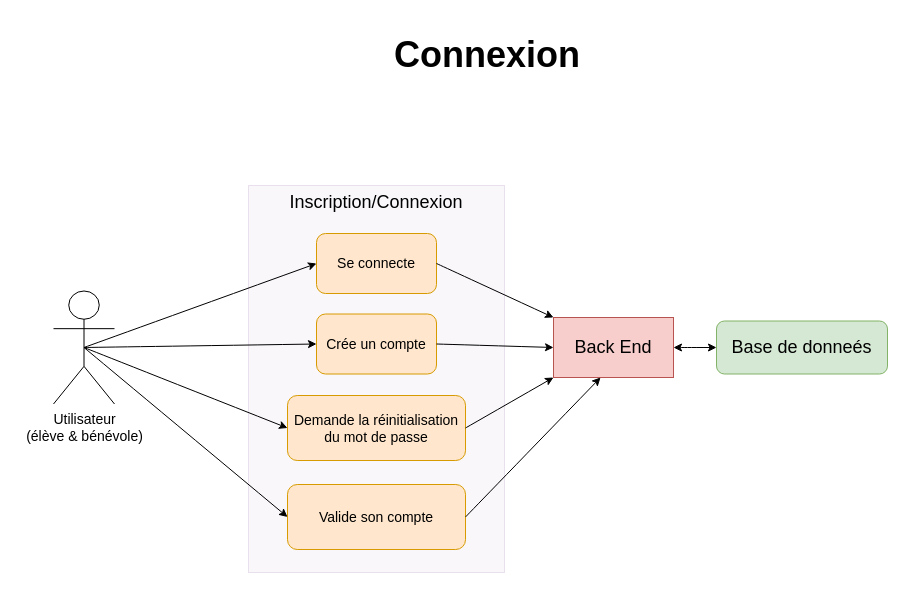
Above: Untitled Diagram.drawio in melacod/MelanieKlein_10_22122021 (draw.io), before the change. Source tidied: cells renumbered, new cells numbered last; positions are measured from the earlier drawing's top-left corner, leaving out a move shared by most shapes. Both pictures are drawn from the tidied source at 100%, with x=0, y=0 at pixel (53, 39).
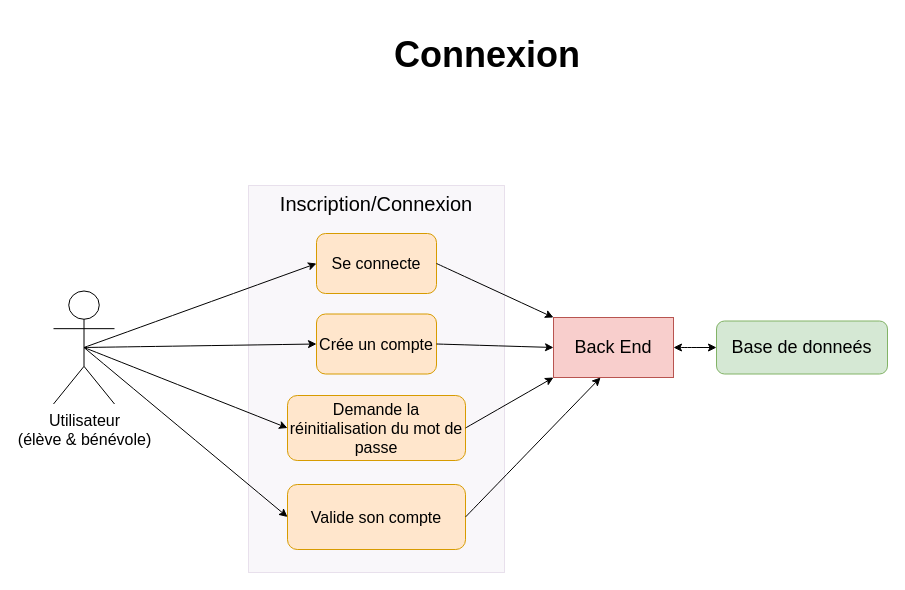
Above is the later version.

The edit, as a diff of the source:
```diff
@@
 <mxGraphModel>
   <root>
     <mxCell id="0" />
     <mxCell id="1" parent="0" />
-    <mxCell id="2" value="&lt;span&gt;Inscription/Connexion&lt;/span&gt;" style="rounded=0;whiteSpace=wrap;html=1;fontSize=18;strokeWidth=1;fillColor=#e1d5e7;strokeColor=#9673a6;opacity=20;verticalAlign=top;" parent="1" vertex="1">
+    <mxCell id="2" value="&lt;span&gt;&lt;font style=&quot;font-size: 20px&quot;&gt;Inscription/Connexion&lt;/font&gt;&lt;/span&gt;" style="rounded=0;whiteSpace=wrap;html=1;fontSize=18;strokeWidth=1;fillColor=#e1d5e7;strokeColor=#9673a6;opacity=20;verticalAlign=top;" parent="1" vertex="1">
       <mxGeometry x="195" y="146" width="256" height="387" as="geometry" />
     </mxCell>
     <mxCell id="3" value="&lt;h1&gt;&lt;font style=&quot;font-size: 36px&quot;&gt;Connexion&lt;/font&gt;&lt;/h1&gt;" style="text;html=1;strokeColor=none;fillColor=none;align=center;verticalAlign=middle;whiteSpace=wrap;rounded=0;" parent="1" vertex="1">
       <mxGeometry x="380" width="108" height="30" as="geometry" />
     </mxCell>
-    <mxCell id="4" value="Utilisateur&lt;br&gt;(élève &amp;amp; bénévole)" style="shape=umlActor;verticalLabelPosition=bottom;verticalAlign=top;html=1;outlineConnect=0;fontSize=14;" parent="1" vertex="1">
+    <mxCell id="4" value="&lt;font style=&quot;font-size: 16px&quot;&gt;Utilisateur&lt;br&gt;(élève &amp;amp; bénévole)&lt;/font&gt;" style="shape=umlActor;verticalLabelPosition=bottom;verticalAlign=top;html=1;outlineConnect=0;fontSize=14;" parent="1" vertex="1">
       <mxGeometry y="251.5" width="61" height="113" as="geometry" />
     </mxCell>
-    <mxCell id="5" value="Se connecte" style="rounded=1;whiteSpace=wrap;html=1;fontSize=14;fillColor=#ffe6cc;strokeColor=#d79b00;" parent="1" vertex="1">
+    <mxCell id="5" value="&lt;font style=&quot;font-size: 16px&quot;&gt;Se connecte&lt;/font&gt;" style="rounded=1;whiteSpace=wrap;html=1;fontSize=14;fillColor=#ffe6cc;strokeColor=#d79b00;" parent="1" vertex="1">
       <mxGeometry x="263" y="194" width="120" height="60" as="geometry" />
     </mxCell>
-    <mxCell id="6" value="&lt;span style=&quot;font-size: 14px;&quot;&gt;Crée un compte&lt;/span&gt;" style="rounded=1;whiteSpace=wrap;html=1;fontSize=14;fillColor=#ffe6cc;strokeColor=#d79b00;" parent="1" vertex="1">
+    <mxCell id="6" value="&lt;font style=&quot;font-size: 16px&quot;&gt;Crée un compte&lt;/font&gt;" style="rounded=1;whiteSpace=wrap;html=1;fontSize=14;fillColor=#ffe6cc;strokeColor=#d79b00;" parent="1" vertex="1">
       <mxGeometry x="263" y="274.5" width="120" height="60" as="geometry" />
     </mxCell>
     <mxCell id="7" style="endArrow=classic;html=1;rounded=0;fontSize=18;curved=1;entryX=0;entryY=0.5;entryDx=0;entryDy=0;exitX=0.5;exitY=0.5;exitDx=0;exitDy=0;exitPerimeter=0;" parent="1" edge="1" source="4" target="5">
       <mxGeometry relative="1" as="geometry" />
     </mxCell>
     <mxCell id="8" style="endArrow=classic;html=1;rounded=0;fontSize=18;entryX=0;entryY=0.5;entryDx=0;entryDy=0;curved=1;exitX=0.5;exitY=0.5;exitDx=0;exitDy=0;exitPerimeter=0;" parent="1" edge="1" source="4" target="6">
       <mxGeometry relative="1" as="geometry" />
     </mxCell>
-    <mxCell id="9" value="&lt;span style=&quot;font-size: 14px;&quot;&gt;Demande la réinitialisation du mot de passe&lt;/span&gt;" style="rounded=1;whiteSpace=wrap;html=1;fontSize=14;fillColor=#ffe6cc;strokeColor=#d79b00;" parent="1" vertex="1">
+    <mxCell id="9" value="&lt;font style=&quot;font-size: 16px&quot;&gt;Demande la réinitialisation du mot de passe&lt;/font&gt;" style="rounded=1;whiteSpace=wrap;html=1;fontSize=14;fillColor=#ffe6cc;strokeColor=#d79b00;" parent="1" vertex="1">
       <mxGeometry x="234" y="356" width="178" height="65" as="geometry" />
     </mxCell>
     <mxCell id="10" style="endArrow=classic;html=1;rounded=0;fontSize=18;curved=1;entryX=0;entryY=0.5;entryDx=0;entryDy=0;exitX=0.5;exitY=0.5;exitDx=0;exitDy=0;exitPerimeter=0;" parent="1" edge="1" source="4" target="9">
       <mxGeometry relative="1" as="geometry" />
     </mxCell>
     <mxCell id="11" value="&lt;font style=&quot;font-size: 18px&quot;&gt;Back End&lt;/font&gt;" style="rounded=0;whiteSpace=wrap;html=1;fontSize=10;fillColor=#f8cecc;strokeColor=#b85450;" parent="1" vertex="1">
       <mxGeometry x="500" y="278" width="120" height="60" as="geometry" />
     </mxCell>
     <mxCell id="12" value="&lt;span&gt;Base de donneés&lt;/span&gt;" style="rounded=1;whiteSpace=wrap;html=1;fontSize=18;fillColor=#d5e8d4;strokeColor=#82b366;strokeWidth=1;" parent="1" vertex="1">
       <mxGeometry x="663" y="281.5" width="171" height="53" as="geometry" />
     </mxCell>
     <mxCell id="13" style="endArrow=classic;startArrow=classic;html=1;rounded=0;fontSize=18;entryX=0;entryY=0.5;entryDx=0;entryDy=0;exitX=1;exitY=0.5;exitDx=0;exitDy=0;curved=1;" parent="1" edge="1" source="11" target="12">
       <mxGeometry relative="1" as="geometry" />
     </mxCell>
     <mxCell id="14" style="endArrow=classic;html=1;rounded=0;fontSize=18;exitX=1;exitY=0.5;exitDx=0;exitDy=0;entryX=0;entryY=0.5;entryDx=0;entryDy=0;curved=1;" parent="1" edge="1" source="6" target="11">
       <mxGeometry relative="1" as="geometry" />
     </mxCell>
     <mxCell id="15" style="endArrow=classic;html=1;rounded=0;fontSize=18;exitX=1;exitY=0.5;exitDx=0;exitDy=0;entryX=0;entryY=0;entryDx=0;entryDy=0;curved=1;" parent="1" edge="1" source="5" target="11">
       <mxGeometry relative="1" as="geometry" />
     </mxCell>
     <mxCell id="16" style="endArrow=classic;html=1;rounded=0;fontSize=18;entryX=0;entryY=1;entryDx=0;entryDy=0;curved=1;exitX=1;exitY=0.5;exitDx=0;exitDy=0;" parent="1" edge="1" source="9" target="11">
       <mxGeometry relative="1" as="geometry" />
     </mxCell>
-    <mxCell id="17" value="&lt;span style=&quot;font-size: 14px&quot;&gt;Valide son compte&lt;/span&gt;" style="rounded=1;whiteSpace=wrap;html=1;fontSize=14;fillColor=#ffe6cc;strokeColor=#d79b00;" parent="1" vertex="1">
+    <mxCell id="17" value="&lt;font style=&quot;font-size: 16px&quot;&gt;Valide son compte&lt;/font&gt;" style="rounded=1;whiteSpace=wrap;html=1;fontSize=14;fillColor=#ffe6cc;strokeColor=#d79b00;" parent="1" vertex="1">
       <mxGeometry x="234" y="445" width="178" height="65" as="geometry" />
     </mxCell>
     <mxCell id="18" style="endArrow=classic;html=1;rounded=0;fontSize=18;curved=1;exitX=0.5;exitY=0.5;exitDx=0;exitDy=0;exitPerimeter=0;entryX=0;entryY=0.5;entryDx=0;entryDy=0;" parent="1" edge="1" source="4" target="17">
       <mxGeometry relative="1" as="geometry" />
     </mxCell>
     <mxCell id="19" style="endArrow=classic;html=1;rounded=0;fontSize=18;entryX=0.392;entryY=1;entryDx=0;entryDy=0;curved=1;exitX=1;exitY=0.5;exitDx=0;exitDy=0;entryPerimeter=0;" parent="1" edge="1" source="17" target="11">
       <mxGeometry relative="1" as="geometry" />
     </mxCell>
   </root>
 </mxGraphModel>
```
